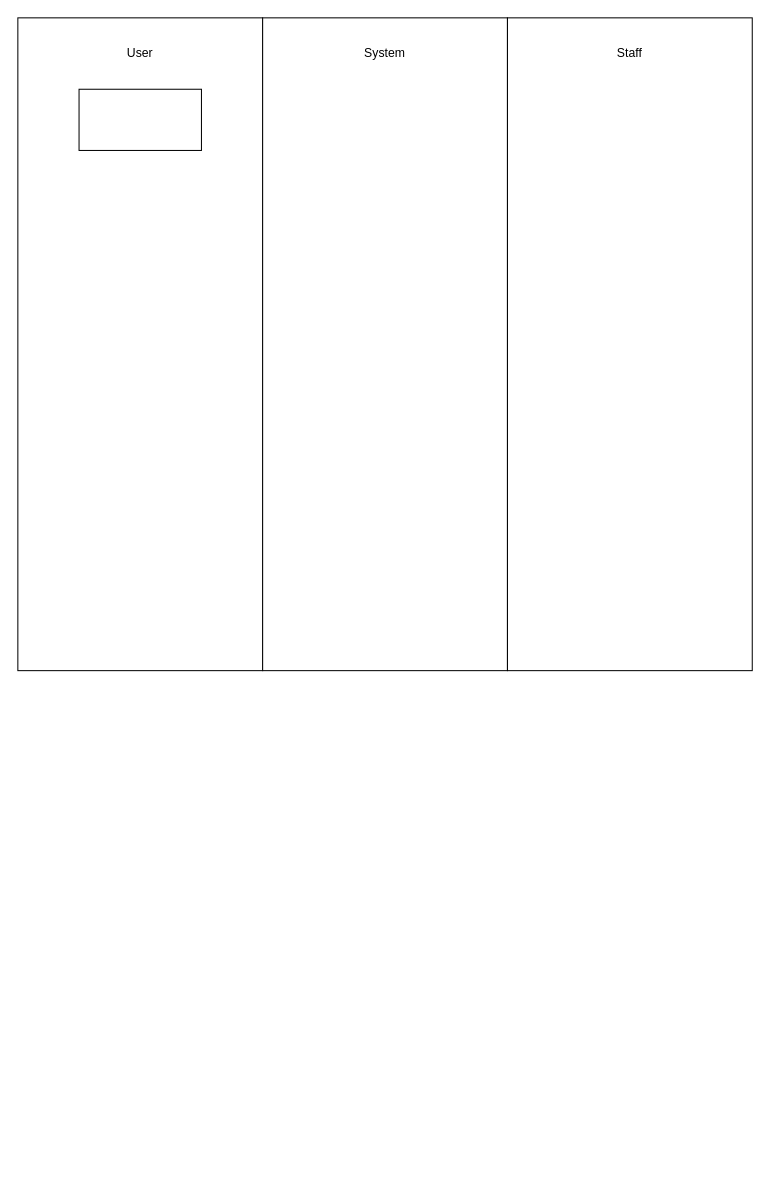
Before: Untitled Diagram.drawio in Mitali2700/ProductManager101, a draw.io diagram. Source tidied: cells renumbered, new cells numbered last; positions are measured from the earlier drawing's top-left corner, leaving out a move shared by most shapes. Both pictures are drawn from the tidied source at 102%, with x=0, y=0 at pixel (17, 17).
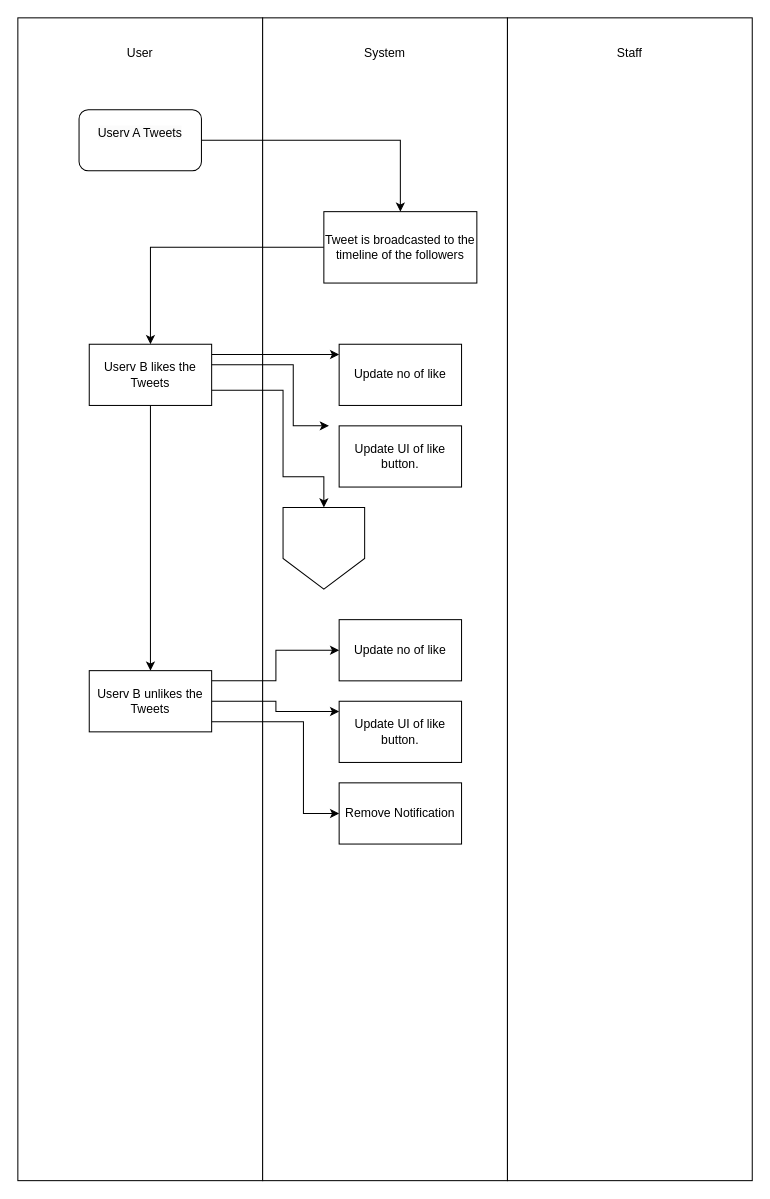
The same page after the edit.

The edit, as a diff of the source:
```diff
@@
     <mxCell id="2" style="rounded=0;whiteSpace=wrap;html=1;" parent="1" vertex="1">
-      <mxGeometry width="240" height="640" as="geometry" />
+      <mxGeometry width="240" height="1140" as="geometry" />
     </mxCell>
     <mxCell id="3" style="rounded=0;whiteSpace=wrap;html=1;" parent="1" vertex="1">
-      <mxGeometry x="240" width="240" height="640" as="geometry" />
+      <mxGeometry x="240" width="240" height="1140" as="geometry" />
     </mxCell>
     <mxCell id="4" style="rounded=0;whiteSpace=wrap;html=1;" parent="1" vertex="1">
-      <mxGeometry x="480" width="240" height="640" as="geometry" />
+      <mxGeometry x="480" width="240" height="1140" as="geometry" />
     </mxCell>
@@
-    <mxCell id="8" style="rounded=0;whiteSpace=wrap;html=1;" parent="1" vertex="1">
-      <mxGeometry x="60" y="70" width="120" height="60" as="geometry" />
-    </mxCell>
+    <mxCell id="9" style="edgeStyle=orthogonalEdgeStyle;rounded=0;orthogonalLoop=1;jettySize=auto;html=1;" parent="1" edge="1">
+      <mxGeometry relative="1" as="geometry">
+        <mxPoint x="190" y="330" as="sourcePoint" />
+        <mxPoint x="315" y="330" as="targetPoint" />
+      </mxGeometry>
+    </mxCell>
+    <mxCell id="10" style="edgeStyle=orthogonalEdgeStyle;rounded=0;orthogonalLoop=1;jettySize=auto;html=1;entryX=0;entryY=0.5;entryDx=0;entryDy=0;" parent="1" edge="1">
+      <mxGeometry relative="1" as="geometry">
+        <mxPoint x="180" y="340" as="sourcePoint" />
+        <mxPoint x="305" y="400" as="targetPoint" />
+        <Array as="points">
+          <mxPoint x="270" y="340" />
+          <mxPoint x="270" y="400" />
+        </Array>
+      </mxGeometry>
+    </mxCell>
+    <mxCell id="11" style="edgeStyle=orthogonalEdgeStyle;rounded=0;jettySize=auto;html=1;" parent="1" edge="1" source="13">
+      <mxGeometry relative="1" as="geometry">
+        <mxPoint x="300" y="480" as="targetPoint" />
+        <Array as="points">
+          <mxPoint x="260" y="365" />
+          <mxPoint x="260" y="450" />
+          <mxPoint x="300" y="450" />
+        </Array>
+      </mxGeometry>
+    </mxCell>
+    <mxCell id="12" style="edgeStyle=orthogonalEdgeStyle;rounded=0;jettySize=auto;html=1;" parent="1" edge="1" source="13" target="23">
+      <mxGeometry relative="1" as="geometry" />
+    </mxCell>
+    <mxCell id="13" value="Userv B likes the Tweets" style="rounded=0;whiteSpace=wrap;html=1;" parent="1" vertex="1">
+      <mxGeometry x="70" y="320" width="120" height="60" as="geometry" />
+    </mxCell>
+    <mxCell id="14" style="edgeStyle=orthogonalEdgeStyle;rounded=0;jettySize=auto;html=1;" parent="1" edge="1" source="15" target="13">
+      <mxGeometry relative="1" as="geometry" />
+    </mxCell>
+    <mxCell id="15" value="Tweet is broadcasted to the timeline of the followers" style="rounded=0;whiteSpace=wrap;html=1;" parent="1" vertex="1">
+      <mxGeometry x="300" y="190" width="150" height="70" as="geometry" />
+    </mxCell>
+    <mxCell id="16" style="edgeStyle=orthogonalEdgeStyle;rounded=0;jettySize=auto;html=1;entryX=0.5;entryY=0;entryDx=0;entryDy=0;" parent="1" edge="1" source="17" target="15">
+      <mxGeometry relative="1" as="geometry" />
+    </mxCell>
+    <mxCell id="17" value="&#10;&lt;span style=&quot;color: rgb(0, 0, 0); font-family: Helvetica; font-size: 12px; font-style: normal; font-variant-ligatures: normal; font-variant-caps: normal; font-weight: 400; letter-spacing: normal; orphans: 2; text-align: center; text-indent: 0px; text-transform: none; widows: 2; word-spacing: 0px; -webkit-text-stroke-width: 0px; white-space: normal; background-color: rgb(251, 251, 251); text-decoration-thickness: initial; text-decoration-style: initial; text-decoration-color: initial; display: inline !important; float: none;&quot;&gt;Userv A Tweets&lt;/span&gt;&#10;&#10;" style="rounded=1;whiteSpace=wrap;html=1;" parent="1" vertex="1">
+      <mxGeometry x="60" y="90" width="120" height="60" as="geometry" />
+    </mxCell>
+    <mxCell id="18" value="Update no of like" style="rounded=0;whiteSpace=wrap;html=1;" parent="1" vertex="1">
+      <mxGeometry x="315" y="320" width="120" height="60" as="geometry" />
+    </mxCell>
+    <mxCell id="19" value="Update UI of like button." style="whiteSpace=wrap;html=1;rounded=0;" parent="1" vertex="1">
+      <mxGeometry x="315" y="400" width="120" height="60" as="geometry" />
+    </mxCell>
+    <mxCell id="20" style="edgeStyle=orthogonalEdgeStyle;rounded=0;jettySize=auto;html=1;" parent="1" edge="1" source="23" target="24">
+      <mxGeometry relative="1" as="geometry">
+        <Array as="points">
+          <mxPoint x="253" y="650" />
+          <mxPoint x="253" y="620" />
+        </Array>
+      </mxGeometry>
+    </mxCell>
+    <mxCell id="21" style="edgeStyle=orthogonalEdgeStyle;rounded=0;jettySize=auto;html=1;" parent="1" edge="1" source="23" target="25">
+      <mxGeometry relative="1" as="geometry">
+        <Array as="points">
+          <mxPoint x="253" y="670" />
+          <mxPoint x="253" y="680" />
+        </Array>
+      </mxGeometry>
+    </mxCell>
+    <mxCell id="22" style="edgeStyle=orthogonalEdgeStyle;rounded=0;jettySize=auto;html=1;entryX=0;entryY=0.5;entryDx=0;entryDy=0;" parent="1" edge="1" source="23" target="26">
+      <mxGeometry relative="1" as="geometry">
+        <Array as="points">
+          <mxPoint x="280" y="690" />
+          <mxPoint x="280" y="780" />
+        </Array>
+      </mxGeometry>
+    </mxCell>
+    <mxCell id="23" value="Userv B unlikes the Tweets" style="rounded=0;whiteSpace=wrap;html=1;" parent="1" vertex="1">
+      <mxGeometry x="70" y="640" width="120" height="60" as="geometry" />
+    </mxCell>
+    <mxCell id="24" value="Update no of like" style="rounded=0;whiteSpace=wrap;html=1;" parent="1" vertex="1">
+      <mxGeometry x="315" y="590" width="120" height="60" as="geometry" />
+    </mxCell>
+    <mxCell id="25" value="Update UI of like button." style="whiteSpace=wrap;html=1;rounded=0;" parent="1" vertex="1">
+      <mxGeometry x="315" y="670" width="120" height="60" as="geometry" />
+    </mxCell>
+    <mxCell id="26" value="Remove Notification" style="whiteSpace=wrap;html=1;rounded=0;" parent="1" vertex="1">
+      <mxGeometry x="315" y="750" width="120" height="60" as="geometry" />
+    </mxCell>
+    <mxCell id="27" style="shape=offPageConnector;whiteSpace=wrap;html=1;" parent="1" vertex="1">
+      <mxGeometry x="260" y="480" width="80" height="80" as="geometry" />
+    </mxCell>
```
